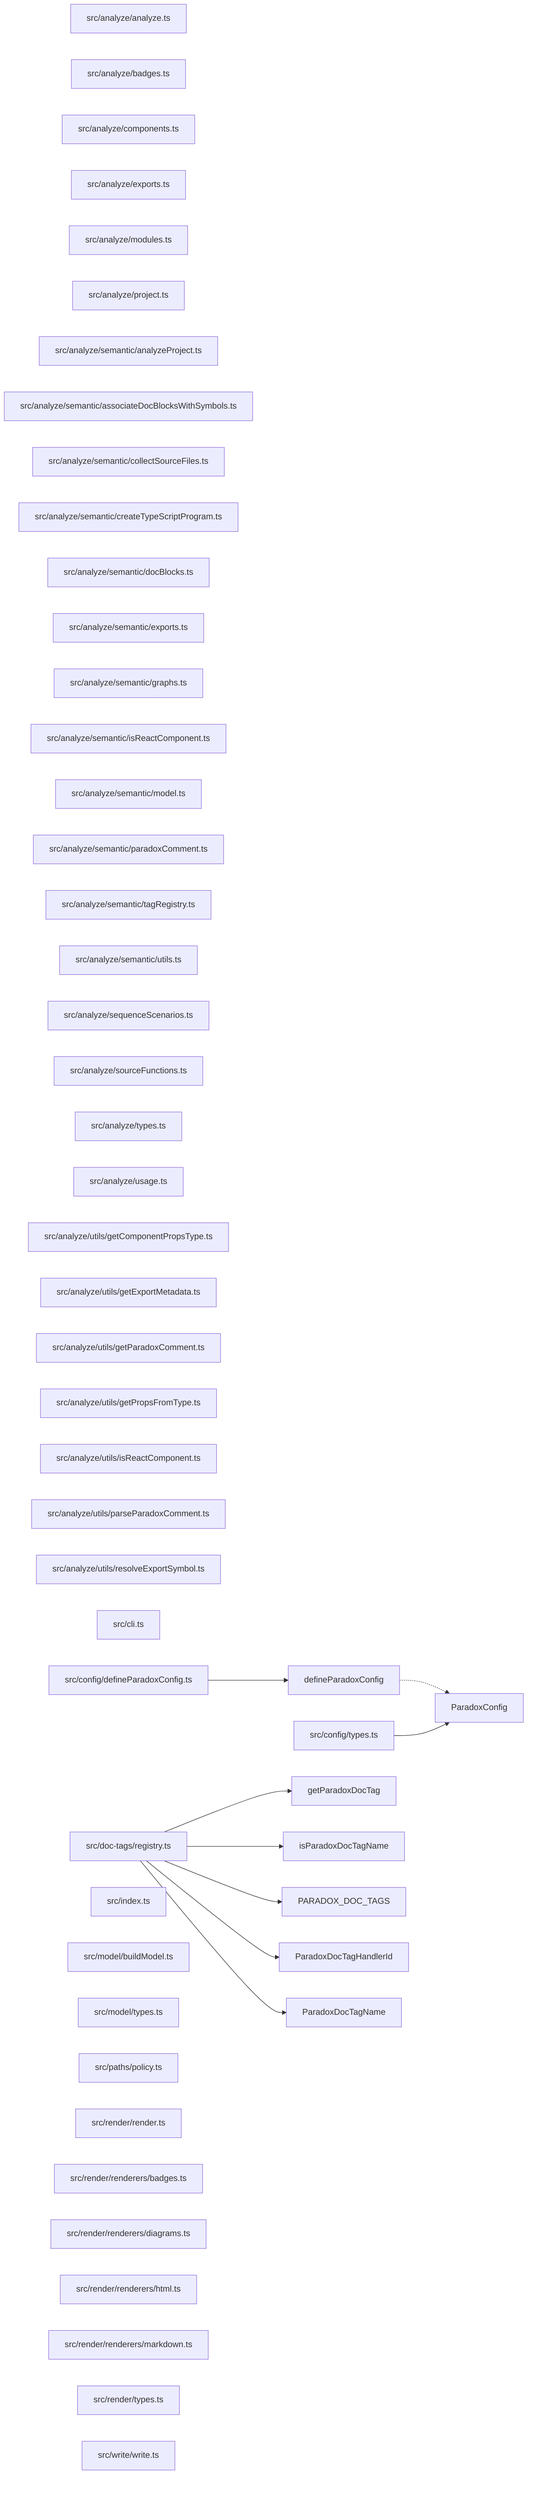
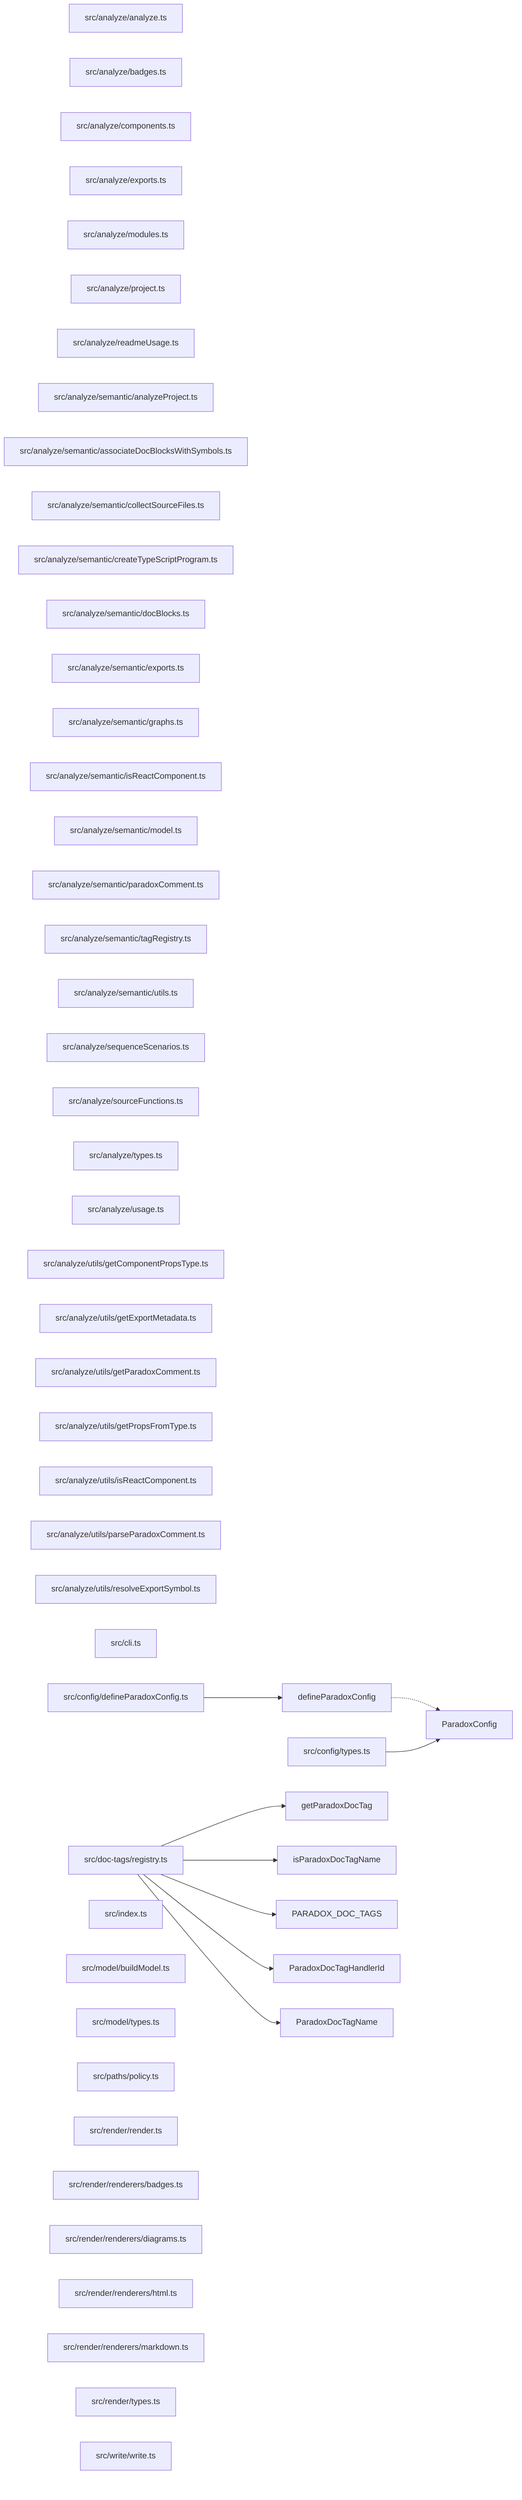
graph LR
  module_src_analyze_analyze_ts["src/analyze/analyze.ts"]
  module_src_analyze_badges_ts["src/analyze/badges.ts"]
  module_src_analyze_components_ts["src/analyze/components.ts"]
  module_src_analyze_exports_ts["src/analyze/exports.ts"]
  module_src_analyze_modules_ts["src/analyze/modules.ts"]
  module_src_analyze_project_ts["src/analyze/project.ts"]
+   module_src_analyze_readmeUsage_ts["src/analyze/readmeUsage.ts"]
  module_src_analyze_semantic_analyzeProject_ts["src/analyze/semantic/analyzeProject.ts"]
  module_src_analyze_semantic_associateDocBlocksWithSymbols_ts["src/analyze/semantic/associateDocBlocksWithSymbols.ts"]
  module_src_analyze_semantic_collectSourceFiles_ts["src/analyze/semantic/collectSourceFiles.ts"]
  module_src_analyze_semantic_createTypeScriptProgram_ts["src/analyze/semantic/createTypeScriptProgram.ts"]
  module_src_analyze_semantic_docBlocks_ts["src/analyze/semantic/docBlocks.ts"]
  module_src_analyze_semantic_exports_ts["src/analyze/semantic/exports.ts"]
  module_src_analyze_semantic_graphs_ts["src/analyze/semantic/graphs.ts"]
  module_src_analyze_semantic_isReactComponent_ts["src/analyze/semantic/isReactComponent.ts"]
  module_src_analyze_semantic_model_ts["src/analyze/semantic/model.ts"]
  module_src_analyze_semantic_paradoxComment_ts["src/analyze/semantic/paradoxComment.ts"]
  module_src_analyze_semantic_tagRegistry_ts["src/analyze/semantic/tagRegistry.ts"]
  module_src_analyze_semantic_utils_ts["src/analyze/semantic/utils.ts"]
  module_src_analyze_sequenceScenarios_ts["src/analyze/sequenceScenarios.ts"]
  module_src_analyze_sourceFunctions_ts["src/analyze/sourceFunctions.ts"]
  module_src_analyze_types_ts["src/analyze/types.ts"]
  module_src_analyze_usage_ts["src/analyze/usage.ts"]
  module_src_analyze_utils_getComponentPropsType_ts["src/analyze/utils/getComponentPropsType.ts"]
  module_src_analyze_utils_getExportMetadata_ts["src/analyze/utils/getExportMetadata.ts"]
  module_src_analyze_utils_getParadoxComment_ts["src/analyze/utils/getParadoxComment.ts"]
  module_src_analyze_utils_getPropsFromType_ts["src/analyze/utils/getPropsFromType.ts"]
  module_src_analyze_utils_isReactComponent_ts["src/analyze/utils/isReactComponent.ts"]
  module_src_analyze_utils_parseParadoxComment_ts["src/analyze/utils/parseParadoxComment.ts"]
  module_src_analyze_utils_resolveExportSymbol_ts["src/analyze/utils/resolveExportSymbol.ts"]
  module_src_cli_ts["src/cli.ts"]
  module_src_config_defineParadoxConfig_ts["src/config/defineParadoxConfig.ts"]
  module_src_config_types_ts["src/config/types.ts"]
  module_src_doc_tags_registry_ts["src/doc-tags/registry.ts"]
  module_src_index_ts["src/index.ts"]
  module_src_model_buildModel_ts["src/model/buildModel.ts"]
  module_src_model_types_ts["src/model/types.ts"]
  module_src_paths_policy_ts["src/paths/policy.ts"]
  module_src_render_render_ts["src/render/render.ts"]
  module_src_render_renderers_badges_ts["src/render/renderers/badges.ts"]
  module_src_render_renderers_diagrams_ts["src/render/renderers/diagrams.ts"]
  module_src_render_renderers_html_ts["src/render/renderers/html.ts"]
  module_src_render_renderers_markdown_ts["src/render/renderers/markdown.ts"]
  module_src_render_types_ts["src/render/types.ts"]
  module_src_write_write_ts["src/write/write.ts"]
  export_defineParadoxConfig["defineParadoxConfig"]
  module_src_config_defineParadoxConfig_ts --> export_defineParadoxConfig
  export_defineParadoxConfig -.-> export_ParadoxConfig
  export_getParadoxDocTag["getParadoxDocTag"]
  module_src_doc_tags_registry_ts --> export_getParadoxDocTag
  export_isParadoxDocTagName["isParadoxDocTagName"]
  module_src_doc_tags_registry_ts --> export_isParadoxDocTagName
  export_PARADOX_DOC_TAGS["PARADOX_DOC_TAGS"]
  module_src_doc_tags_registry_ts --> export_PARADOX_DOC_TAGS
  export_ParadoxConfig["ParadoxConfig"]
  module_src_config_types_ts --> export_ParadoxConfig
  export_ParadoxDocTagHandlerId["ParadoxDocTagHandlerId"]
  module_src_doc_tags_registry_ts --> export_ParadoxDocTagHandlerId
  export_ParadoxDocTagName["ParadoxDocTagName"]
  module_src_doc_tags_registry_ts --> export_ParadoxDocTagName
